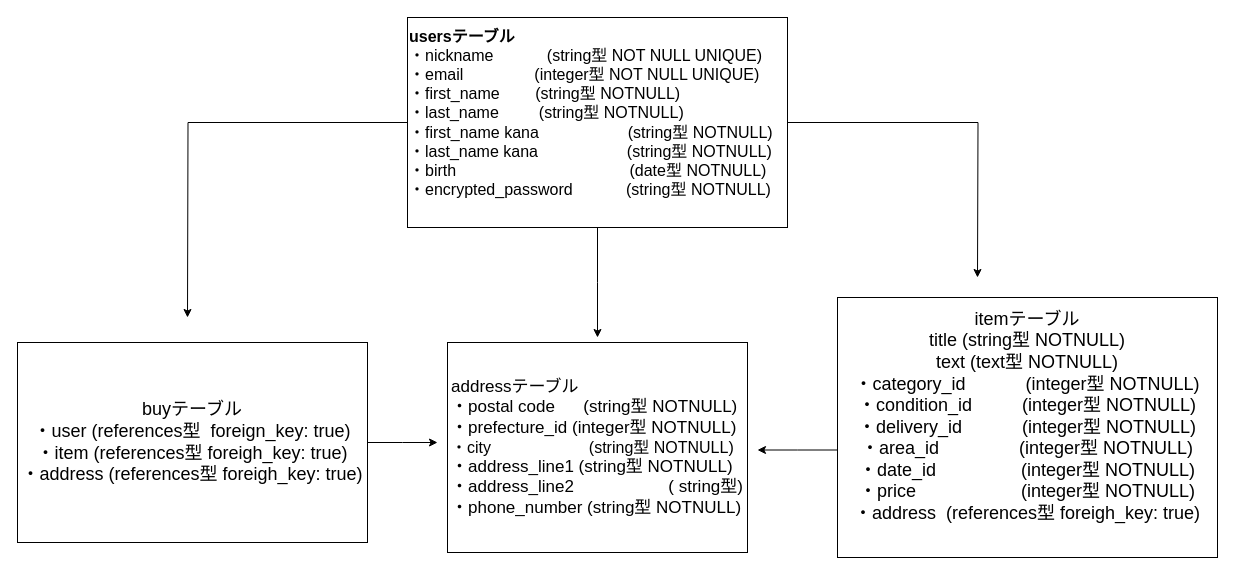
This is test.dio from Anemone0203/furima-33033, a draw.io file, before an edit. Source tidied: cells renumbered, new cells numbered last; positions are measured from the earlier drawing's top-left corner, leaving out a move shared by most shapes. Both pictures are drawn from the tidied source at 100%, with x=0, y=0 at pixel (17, 17).
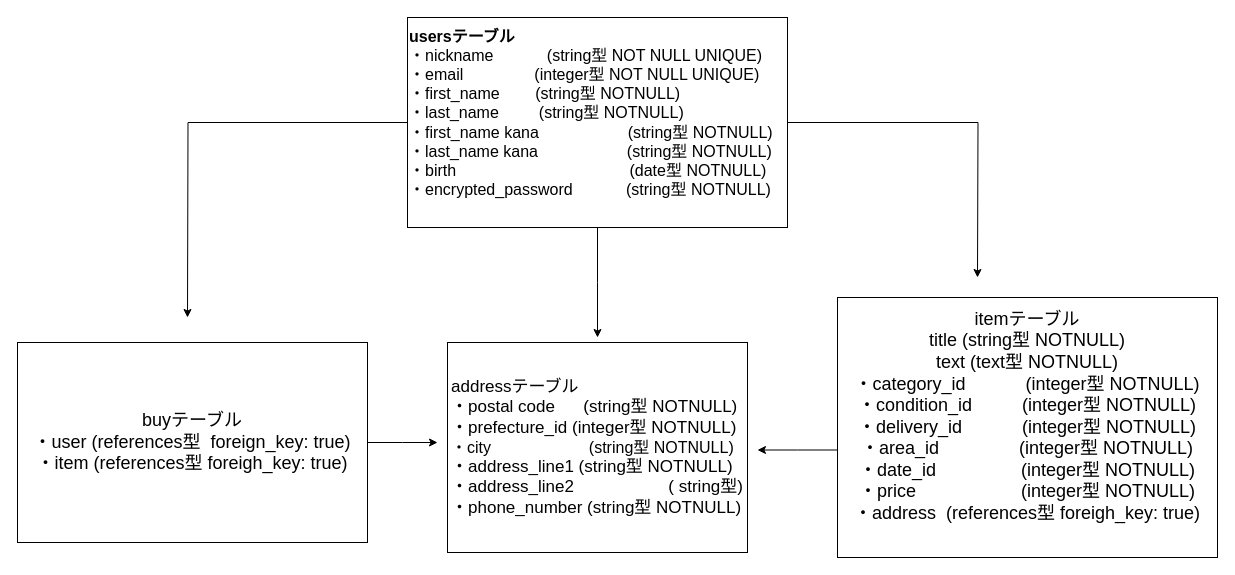
Above is the later version.

Diff of the diagram source:
```diff
@@
 <mxGraphModel>
   <root>
     <mxCell id="0" />
     <mxCell id="1" parent="0" />
     <mxCell id="2" style="edgeStyle=orthogonalEdgeStyle;rounded=0;jettySize=auto;html=1;" parent="1" edge="1" source="5">
       <mxGeometry relative="1" as="geometry">
         <mxPoint x="960" y="260" as="targetPoint" />
       </mxGeometry>
     </mxCell>
     <mxCell id="3" style="edgeStyle=orthogonalEdgeStyle;rounded=0;jettySize=auto;html=1;" parent="1" edge="1" source="5">
       <mxGeometry relative="1" as="geometry">
         <mxPoint x="170" y="300" as="targetPoint" />
       </mxGeometry>
     </mxCell>
     <mxCell id="4" style="edgeStyle=orthogonalEdgeStyle;rounded=0;jettySize=auto;html=1;exitX=0.5;exitY=1;exitDx=0;exitDy=0;" parent="1" edge="1" source="5">
       <mxGeometry relative="1" as="geometry">
         <mxPoint x="580" y="320" as="targetPoint" />
       </mxGeometry>
     </mxCell>
     <mxCell id="5" value="&lt;font style=&quot;font-size: 16px&quot;&gt;&lt;b&gt;usersテーブル&lt;/b&gt;&lt;br&gt;・nickname&amp;nbsp; &amp;nbsp; &amp;nbsp; &amp;nbsp; &amp;nbsp; &amp;nbsp; (string型 NOT NULL UNIQUE)&lt;br&gt;・email&amp;nbsp; &amp;nbsp; &amp;nbsp; &amp;nbsp; &amp;nbsp; &amp;nbsp; &amp;nbsp; &amp;nbsp; (integer型 NOT NULL UNIQUE)&lt;br&gt;・first_name&amp;nbsp; &amp;nbsp; &amp;nbsp; &amp;nbsp; (string型 NOTNULL)&lt;br&gt;・last_name&amp;nbsp; &amp;nbsp; &amp;nbsp; &amp;nbsp; &amp;nbsp;(string型 NOTNULL)&lt;br&gt;・first_name kana&amp;nbsp; &amp;nbsp; &amp;nbsp; &amp;nbsp; &amp;nbsp; &amp;nbsp; &amp;nbsp; &amp;nbsp; &amp;nbsp; &amp;nbsp; (string型 NOTNULL)&lt;br&gt;・last_name kana&amp;nbsp; &amp;nbsp; &amp;nbsp; &amp;nbsp; &amp;nbsp; &amp;nbsp; &amp;nbsp; &amp;nbsp; &amp;nbsp; &amp;nbsp; (string型 NOTNULL)&lt;br&gt;・birth&amp;nbsp; &amp;nbsp; &amp;nbsp; &amp;nbsp; &amp;nbsp; &amp;nbsp; &amp;nbsp; &amp;nbsp; &amp;nbsp; &amp;nbsp; &amp;nbsp; &amp;nbsp; &amp;nbsp; &amp;nbsp; &amp;nbsp; &amp;nbsp; &amp;nbsp; &amp;nbsp; &amp;nbsp; &amp;nbsp;(date型 NOTNULL)&lt;br&gt;・encrypted_password&amp;nbsp; &amp;nbsp; &amp;nbsp; &amp;nbsp; &amp;nbsp; &amp;nbsp; (string型 NOTNULL)&lt;br&gt;&lt;br&gt;&lt;/font&gt;" style="rounded=0;whiteSpace=wrap;html=1;align=left;" parent="1" vertex="1">
       <mxGeometry x="390" width="380" height="210" as="geometry" />
     </mxCell>
     <mxCell id="6" style="edgeStyle=orthogonalEdgeStyle;rounded=0;jettySize=auto;html=1;" parent="1" edge="1" source="7">
       <mxGeometry relative="1" as="geometry">
         <mxPoint x="420" y="425" as="targetPoint" />
       </mxGeometry>
     </mxCell>
-    <mxCell id="7" value="&lt;font style=&quot;font-size: 18px&quot;&gt;&lt;span&gt;buyテーブル&lt;/span&gt;&lt;br&gt;&lt;span&gt;・user (references型&amp;nbsp; foreign_key: true)&lt;br&gt;&lt;/span&gt;・item (references型 foreigh_key: true)&lt;br&gt;・address (references型 foreigh_key: true)&lt;br&gt;&lt;/font&gt;" style="rounded=0;whiteSpace=wrap;html=1;align=center;" parent="1" vertex="1">
+    <mxCell id="7" value="&lt;font style=&quot;font-size: 18px&quot;&gt;&lt;span&gt;buyテーブル&lt;/span&gt;&lt;br&gt;&lt;span&gt;・user (references型&amp;nbsp; foreign_key: true)&lt;br&gt;&lt;/span&gt;・item (references型 foreigh_key: true)&lt;br&gt;&lt;/font&gt;" style="rounded=0;whiteSpace=wrap;html=1;align=center;" parent="1" vertex="1">
       <mxGeometry y="325" width="350" height="200" as="geometry" />
     </mxCell>
     <mxCell id="8" style="edgeStyle=orthogonalEdgeStyle;rounded=0;jettySize=auto;html=1;" parent="1" edge="1" source="9">
       <mxGeometry relative="1" as="geometry">
         <mxPoint x="740" y="432.5" as="targetPoint" />
         <Array as="points">
           <mxPoint x="780" y="433" />
         </Array>
       </mxGeometry>
     </mxCell>
     <mxCell id="9" value="&lt;font style=&quot;font-size: 18px&quot;&gt;itemテーブル&lt;br&gt;title (string型 NOTNULL)&lt;br&gt;text (text型 NOTNULL)&lt;br&gt;・category_id&amp;nbsp; &amp;nbsp; &amp;nbsp; &amp;nbsp; &amp;nbsp; &amp;nbsp; (integer型 NOTNULL)&lt;br&gt;・condition_id&amp;nbsp; &amp;nbsp; &amp;nbsp; &amp;nbsp; &amp;nbsp; (integer型 NOTNULL)&lt;br&gt;・delivery_id&amp;nbsp; &amp;nbsp; &amp;nbsp; &amp;nbsp; &amp;nbsp; &amp;nbsp; (integer型 NOTNULL)&lt;br&gt;・area_id&amp;nbsp; &amp;nbsp; &amp;nbsp; &amp;nbsp; &amp;nbsp; &amp;nbsp; &amp;nbsp; &amp;nbsp; (integer型 NOTNULL)&lt;br&gt;・date_id&amp;nbsp; &amp;nbsp; &amp;nbsp; &amp;nbsp; &amp;nbsp; &amp;nbsp; &amp;nbsp; &amp;nbsp; &amp;nbsp;(integer型 NOTNULL)&lt;br&gt;・price&amp;nbsp; &amp;nbsp; &amp;nbsp; &amp;nbsp; &amp;nbsp; &amp;nbsp; &amp;nbsp; &amp;nbsp; &amp;nbsp; &amp;nbsp; &amp;nbsp;(integer型 NOTNULL)&lt;br&gt;・address&amp;nbsp; (references型 foreigh_key: true)&lt;br&gt;&lt;br&gt;&lt;/font&gt;" style="rounded=0;whiteSpace=wrap;html=1;" parent="1" vertex="1">
       <mxGeometry x="820" y="280" width="380" height="260" as="geometry" />
     </mxCell>
     <mxCell id="10" value="&lt;div style=&quot;text-align: left&quot;&gt;&lt;span style=&quot;font-size: 17px&quot;&gt;addressテーブル&lt;/span&gt;&lt;/div&gt;&lt;span style=&quot;font-size: 17px&quot;&gt;&lt;div style=&quot;text-align: left&quot;&gt;&lt;span&gt;・postal code&amp;nbsp; &amp;nbsp; &amp;nbsp; (string型 NOTNULL)&lt;/span&gt;&lt;/div&gt;&lt;/span&gt;&lt;span style=&quot;font-size: 17px&quot;&gt;&lt;div style=&quot;text-align: left&quot;&gt;&lt;span&gt;・prefecture_id (integer型 NOTNULL)&lt;/span&gt;&lt;/div&gt;&lt;/span&gt;&lt;span&gt;&lt;div style=&quot;text-align: left&quot;&gt;&lt;span&gt;&lt;font style=&quot;font-size: 16px&quot;&gt;・city&amp;nbsp; &amp;nbsp; &amp;nbsp; &amp;nbsp; &amp;nbsp; &amp;nbsp; &amp;nbsp; &amp;nbsp; &amp;nbsp; &amp;nbsp; &amp;nbsp; (string型 NOTNULL)&lt;/font&gt;&lt;/span&gt;&lt;/div&gt;&lt;/span&gt;&lt;span style=&quot;font-size: 17px&quot;&gt;&lt;div style=&quot;text-align: left&quot;&gt;&lt;span&gt;・address_line1 (string型 NOTNULL)&lt;/span&gt;&lt;/div&gt;&lt;/span&gt;&lt;span style=&quot;font-size: 17px&quot;&gt;&lt;div style=&quot;text-align: left&quot;&gt;&lt;span&gt;・address_line2&amp;nbsp; &amp;nbsp; &amp;nbsp; &amp;nbsp; &amp;nbsp; &amp;nbsp; &amp;nbsp; &amp;nbsp; &amp;nbsp; &amp;nbsp; ( string型)&lt;/span&gt;&lt;/div&gt;&lt;/span&gt;&lt;span style=&quot;font-size: 17px&quot;&gt;&lt;div style=&quot;text-align: left&quot;&gt;&lt;span&gt;・phone_number (string型 NOTNULL)&lt;/span&gt;&lt;/div&gt;&lt;/span&gt;" style="rounded=0;whiteSpace=wrap;html=1;align=center;" parent="1" vertex="1">
       <mxGeometry x="430" y="325" width="300" height="210" as="geometry" />
     </mxCell>
   </root>
 </mxGraphModel>
```
